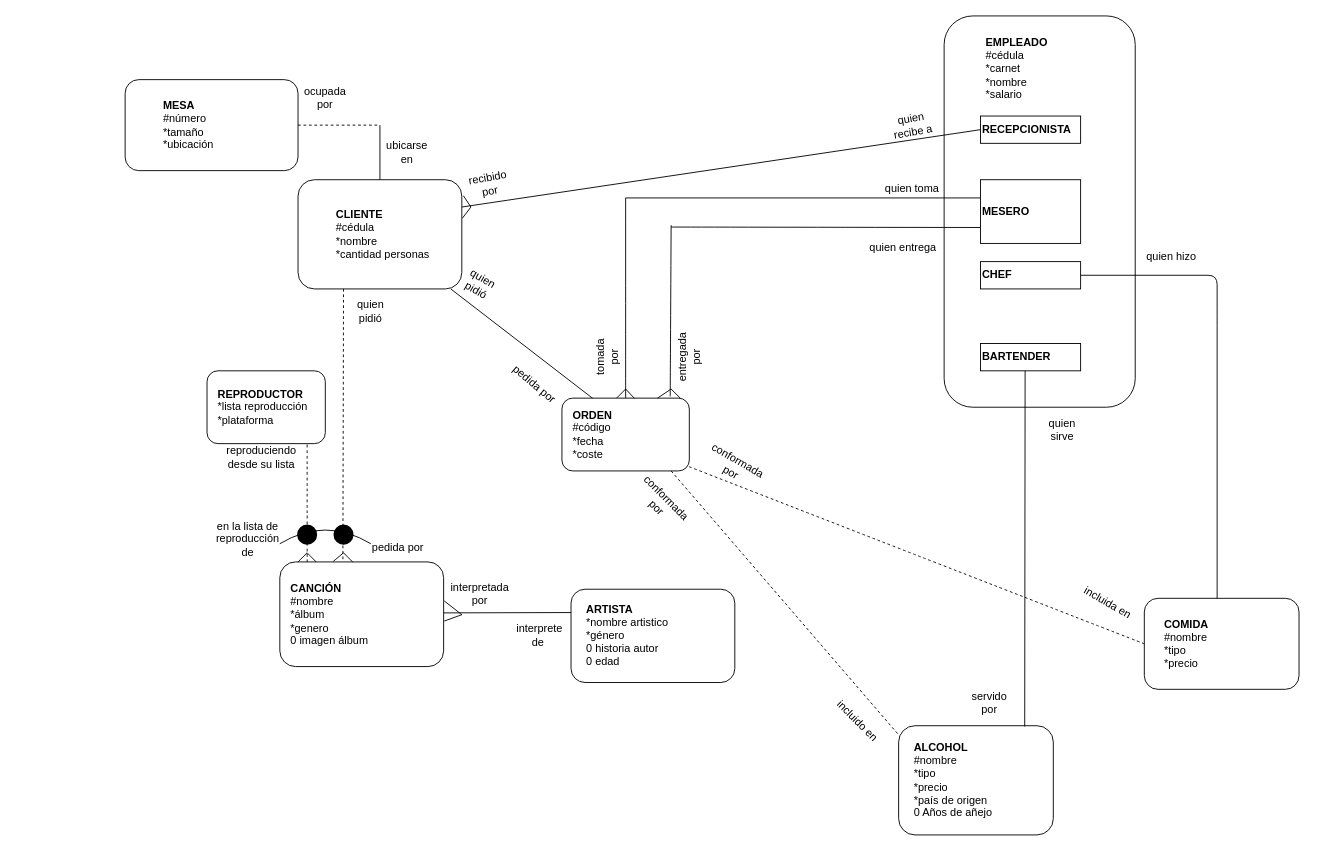
Earlier version of the draw.io diagram Trabajo1/Untitled Diagram.drawio (M1moreno/EntregasBD). Source tidied: cells renumbered, new cells numbered last; positions are measured from the earlier drawing's top-left corner, leaving out a move shared by most shapes. Both pictures are drawn from the tidied source at 91%, with x=0, y=0 at pixel (125, 15). Pictures stored in the file or linked from it are replaced by grey dashed boxes.
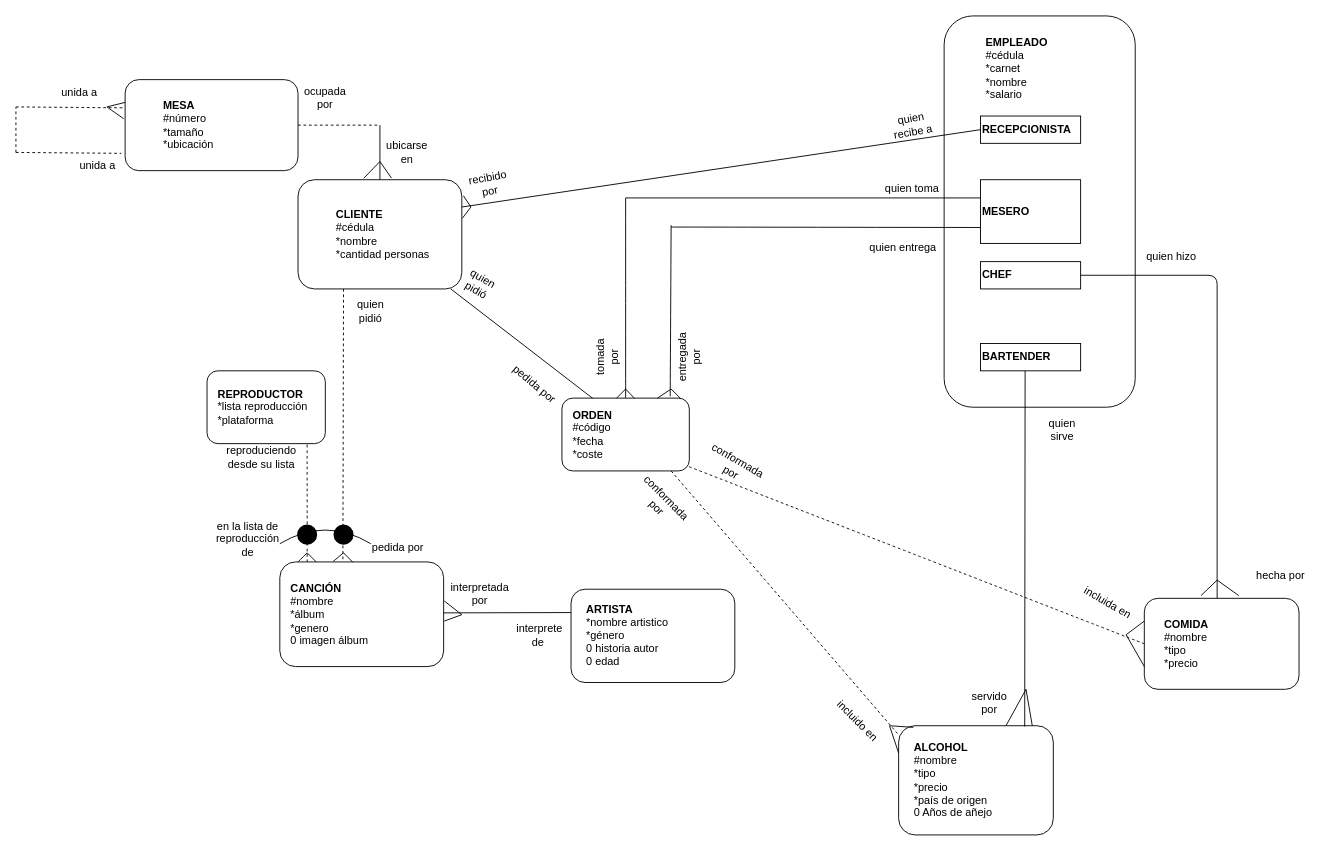
After the change.

Unchanged cells that the change refers to:
```xml
<mxCell id="3" value="&lt;blockquote style=&quot;margin: 0 0 0 40px ; border: none ; padding: 0px&quot;&gt;&lt;b&gt;MESA&lt;/b&gt;&lt;/blockquote&gt;&lt;blockquote style=&quot;margin: 0px 0px 0px 40px ; border: none ; padding: 0px&quot;&gt;#número&lt;/blockquote&gt;&lt;blockquote style=&quot;margin: 0px 0px 0px 40px ; border: none ; padding: 0px&quot;&gt;*tamaño&lt;/blockquote&gt;&lt;blockquote style=&quot;margin: 0px 0px 0px 40px ; border: none ; padding: 0px&quot;&gt;*ubicación&lt;/blockquote&gt;" style="rounded=1;whiteSpace=wrap;html=1;align=left;" parent="1" vertex="1">
  <mxGeometry y="70" width="190" height="100" as="geometry" />
</mxCell>
<mxCell id="4" value="&lt;blockquote style=&quot;margin: 0 0 0 40px ; border: none ; padding: 0px&quot;&gt;&lt;b&gt;CLIENTE&lt;br&gt;&lt;/b&gt;#cédula&lt;br&gt;*nombre&lt;br&gt;*cantidad personas&lt;/blockquote&gt;" style="rounded=1;whiteSpace=wrap;html=1;align=left;" parent="1" vertex="1">
  <mxGeometry x="190" y="180" width="180" height="120" as="geometry" />
</mxCell>
<mxCell id="19" style="rounded=1;whiteSpace=wrap;html=1;" parent="18" vertex="1">
  <mxGeometry width="170" height="120" as="geometry" />
</mxCell>
<mxCell id="33" style="rounded=1;whiteSpace=wrap;html=1;arcSize=15;" parent="32" vertex="1">
  <mxGeometry width="170" height="100" as="geometry" />
</mxCell>
```

What changed in the source:
```diff
@@
+    <mxCell id="83" style="endArrow=none;html=1;exitX=0.401;exitY=-0.013;exitDx=0;exitDy=0;exitPerimeter=0;" parent="1" edge="1" source="4">
+      <mxGeometry relative="1" as="geometry">
+        <mxPoint x="280" y="160" as="targetPoint" />
+      </mxGeometry>
+    </mxCell>
+    <mxCell id="84" style="endArrow=none;html=1;entryX=0.57;entryY=-0.016;entryDx=0;entryDy=0;entryPerimeter=0;" parent="1" edge="1" target="4">
+      <mxGeometry relative="1" as="geometry">
+        <mxPoint x="280" y="160" as="sourcePoint" />
+      </mxGeometry>
+    </mxCell>
+    <mxCell id="85" style="endArrow=none;html=1;entryX=0.095;entryY=0.015;entryDx=0;entryDy=0;entryPerimeter=0;" parent="1" edge="1" target="19">
+      <mxGeometry relative="1" as="geometry">
+        <mxPoint x="840" y="780" as="sourcePoint" />
+      </mxGeometry>
+    </mxCell>
+    <mxCell id="86" style="endArrow=none;html=1;" parent="1" edge="1">
+      <mxGeometry relative="1" as="geometry">
+        <mxPoint x="840" y="780" as="sourcePoint" />
+        <mxPoint x="850" y="810" as="targetPoint" />
+      </mxGeometry>
+    </mxCell>
+    <mxCell id="87" style="endArrow=none;html=1;entryX=0;entryY=0.25;entryDx=0;entryDy=0;" parent="1" edge="1" target="33">
+      <mxGeometry relative="1" as="geometry">
+        <mxPoint x="1100" y="680" as="sourcePoint" />
+      </mxGeometry>
+    </mxCell>
+    <mxCell id="88" style="endArrow=none;html=1;entryX=0;entryY=0.75;entryDx=0;entryDy=0;" parent="1" edge="1" target="33">
+      <mxGeometry relative="1" as="geometry">
+        <mxPoint x="1100" y="680" as="sourcePoint" />
+      </mxGeometry>
+    </mxCell>
+    <mxCell id="89" style="endArrow=none;html=1;" parent="1" edge="1" source="19">
+      <mxGeometry relative="1" as="geometry">
+        <mxPoint x="990" y="740" as="targetPoint" />
+      </mxGeometry>
+    </mxCell>
+    <mxCell id="90" style="endArrow=none;html=1;entryX=0.864;entryY=0;entryDx=0;entryDy=0;entryPerimeter=0;" parent="1" edge="1" target="19">
+      <mxGeometry relative="1" as="geometry">
+        <mxPoint x="990" y="740" as="sourcePoint" />
+      </mxGeometry>
+    </mxCell>
+    <mxCell id="91" style="endArrow=none;html=1;exitX=0.367;exitY=-0.031;exitDx=0;exitDy=0;exitPerimeter=0;" parent="1" edge="1" source="33">
+      <mxGeometry relative="1" as="geometry">
+        <mxPoint x="1200" y="620" as="targetPoint" />
+      </mxGeometry>
+    </mxCell>
+    <mxCell id="92" style="endArrow=none;html=1;entryX=0.61;entryY=-0.031;entryDx=0;entryDy=0;entryPerimeter=0;" parent="1" edge="1" target="33">
+      <mxGeometry relative="1" as="geometry">
+        <mxPoint x="1200" y="620" as="sourcePoint" />
+      </mxGeometry>
+    </mxCell>
+    <mxCell id="93" value="hecha por" style="text;html=1;strokeColor=none;fillColor=none;align=center;verticalAlign=middle;whiteSpace=wrap;rounded=0;" parent="1" vertex="1">
+      <mxGeometry x="1240" y="600" width="60" height="30" as="geometry" />
+    </mxCell>
+    <mxCell id="94" style="endArrow=none;html=1;entryX=-0.004;entryY=0.31;entryDx=0;entryDy=0;entryPerimeter=0;dashed=1;" parent="1" edge="1" target="3">
+      <mxGeometry relative="1" as="geometry">
+        <mxPoint x="-120" y="100" as="sourcePoint" />
+      </mxGeometry>
+    </mxCell>
+    <mxCell id="95" style="endArrow=none;dashed=1;html=1;" parent="1" edge="1">
+      <mxGeometry relative="1" as="geometry">
+        <mxPoint x="-120" y="150" as="sourcePoint" />
+        <mxPoint x="-120" y="100" as="targetPoint" />
+      </mxGeometry>
+    </mxCell>
+    <mxCell id="96" style="endArrow=none;dashed=1;html=1;entryX=-0.022;entryY=0.81;entryDx=0;entryDy=0;entryPerimeter=0;" parent="1" edge="1" target="3">
+      <mxGeometry relative="1" as="geometry">
+        <mxPoint x="-120" y="150" as="sourcePoint" />
+      </mxGeometry>
+    </mxCell>
+    <mxCell id="97" style="endArrow=none;html=1;entryX=-0.008;entryY=0.43;entryDx=0;entryDy=0;entryPerimeter=0;" parent="1" edge="1" target="3">
+      <mxGeometry relative="1" as="geometry">
+        <mxPoint x="-20" y="100" as="sourcePoint" />
+      </mxGeometry>
+    </mxCell>
+    <mxCell id="98" style="endArrow=none;html=1;entryX=0;entryY=0.25;entryDx=0;entryDy=0;" parent="1" edge="1" target="3">
+      <mxGeometry relative="1" as="geometry">
+        <mxPoint x="-20" y="100" as="sourcePoint" />
+      </mxGeometry>
+    </mxCell>
+    <mxCell id="99" value="unida a" style="text;html=1;strokeColor=none;fillColor=none;align=center;verticalAlign=middle;whiteSpace=wrap;rounded=0;" parent="1" vertex="1">
+      <mxGeometry x="-60" y="150" width="60" height="30" as="geometry" />
+    </mxCell>
+    <mxCell id="100" value="unida a" style="text;html=1;strokeColor=none;fillColor=none;align=center;verticalAlign=middle;whiteSpace=wrap;rounded=0;" parent="1" vertex="1">
+      <mxGeometry x="-80" y="70" width="60" height="30" as="geometry" />
+    </mxCell>
```
